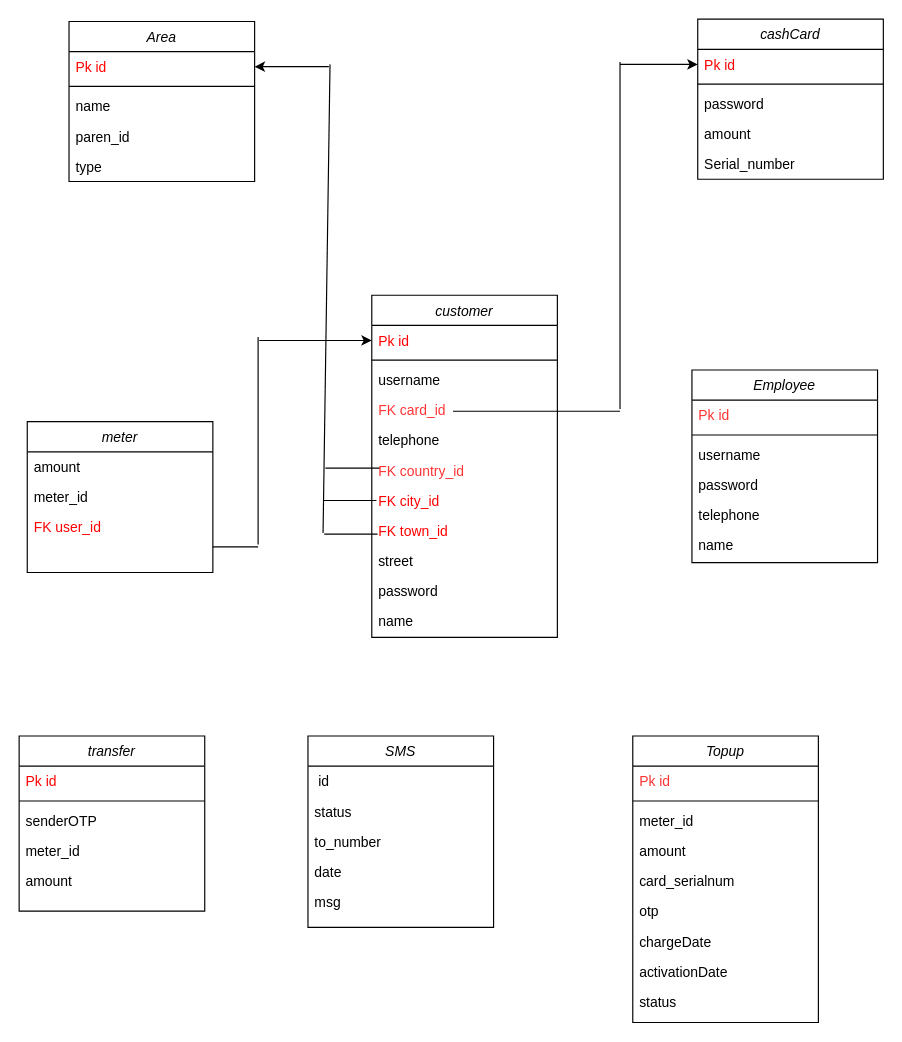
Before: Untitled Diagram (1).drawio in shamaabuhassan/Charts, a draw.io diagram. Source tidied: cells renumbered, new cells numbered last; positions are measured from the earlier drawing's top-left corner, leaving out a move shared by most shapes. Both pictures are drawn from the tidied source at 116%, with x=0, y=0 at pixel (19, 19).
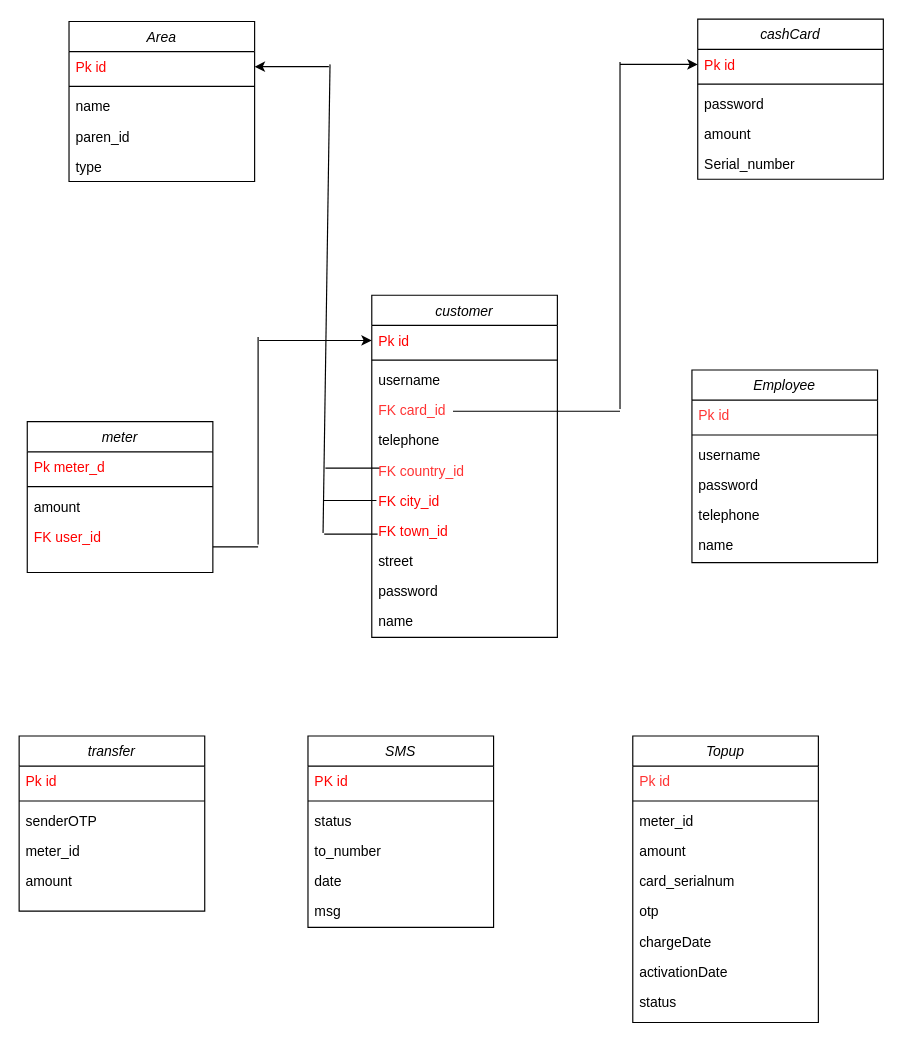
After the change.

The change refers to these unchanged cells:
```xml
<mxCell id="8" value="SMS" style="swimlane;fontStyle=2;align=center;verticalAlign=top;horizontal=1;startSize=26;rounded=0;shadow=0;strokeWidth=1;" parent="1" vertex="1">
  <mxGeometry x="249" y="618" width="160" height="165" as="geometry" />
</mxCell>
<mxCell id="24" value="meter" style="swimlane;fontStyle=2;align=center;verticalAlign=top;horizontal=1;startSize=26;rounded=0;shadow=0;strokeWidth=1;" parent="1" vertex="1">
  <mxGeometry x="7" y="347" width="160" height="130" as="geometry" />
</mxCell>
```

The edit, as a diff of the source:
```diff
@@
-    <mxCell id="9" value=" id" style="text;align=left;verticalAlign=top;spacingLeft=4;spacingRight=4;overflow=hidden;" parent="8" vertex="1">
+    <mxCell id="9" value="PK id" style="text;align=left;verticalAlign=top;spacingLeft=4;spacingRight=4;overflow=hidden;fontColor=#FF0000;" parent="8" vertex="1">
       <mxGeometry y="26" width="160" height="26" as="geometry" />
     </mxCell>
+    <mxCell id="70" style="line;html=1;strokeWidth=1;align=left;verticalAlign=middle;spacingTop=-1;spacingLeft=3;spacingRight=3;labelPosition=right;" parent="8" vertex="1">
+      <mxGeometry y="52" width="160" height="8" as="geometry" />
+    </mxCell>
     <mxCell id="10" value="status" style="text;align=left;verticalAlign=top;spacingLeft=4;spacingRight=4;overflow=hidden;rounded=0;shadow=0;html=0;" parent="8" vertex="1">
-      <mxGeometry y="52" width="160" height="26" as="geometry" />
+      <mxGeometry y="60" width="160" height="26" as="geometry" />
     </mxCell>
     <mxCell id="11" value="to_number" style="text;align=left;verticalAlign=top;spacingLeft=4;spacingRight=4;overflow=hidden;rounded=0;shadow=0;html=0;" parent="8" vertex="1">
-      <mxGeometry y="78" width="160" height="26" as="geometry" />
+      <mxGeometry y="86" width="160" height="26" as="geometry" />
     </mxCell>
     <mxCell id="12" value="date" style="text;align=left;verticalAlign=top;spacingLeft=4;spacingRight=4;overflow=hidden;" parent="8" vertex="1">
-      <mxGeometry y="104" width="160" height="26" as="geometry" />
+      <mxGeometry y="112" width="160" height="26" as="geometry" />
     </mxCell>
     <mxCell id="13" value="msg" style="text;align=left;verticalAlign=top;spacingLeft=4;spacingRight=4;overflow=hidden;" parent="8" vertex="1">
-      <mxGeometry y="130" width="160" height="26" as="geometry" />
+      <mxGeometry y="138" width="160" height="26" as="geometry" />
     </mxCell>
@@
+    <mxCell id="71" value="Pk meter_d" style="text;align=left;verticalAlign=top;spacingLeft=4;spacingRight=4;overflow=hidden;fontColor=#FF0000;" parent="24" vertex="1">
+      <mxGeometry y="26" width="160" height="26" as="geometry" />
+    </mxCell>
+    <mxCell id="72" style="line;html=1;strokeWidth=1;align=left;verticalAlign=middle;spacingTop=-1;spacingLeft=3;spacingRight=3;labelPosition=right;" parent="24" vertex="1">
+      <mxGeometry y="52" width="160" height="8" as="geometry" />
+    </mxCell>
     <mxCell id="26" value="amount" style="text;align=left;verticalAlign=top;spacingLeft=4;spacingRight=4;overflow=hidden;rounded=0;shadow=0;html=0;" parent="24" vertex="1">
-      <mxGeometry y="26" width="160" height="26" as="geometry" />
+      <mxGeometry y="60" width="160" height="26" as="geometry" />
     </mxCell>
-    <mxCell id="27" value="meter_id" style="text;align=left;verticalAlign=top;spacingLeft=4;spacingRight=4;overflow=hidden;rounded=0;shadow=0;html=0;" parent="24" vertex="1">
-      <mxGeometry y="52" width="160" height="26" as="geometry" />
-    </mxCell>
     <mxCell id="28" value="FK user_id" style="text;align=left;verticalAlign=top;spacingLeft=4;spacingRight=4;overflow=hidden;fontColor=#FF0000;" parent="24" vertex="1">
-      <mxGeometry y="78" width="160" height="26" as="geometry" />
+      <mxGeometry y="86" width="160" height="26" as="geometry" />
     </mxCell>
```
